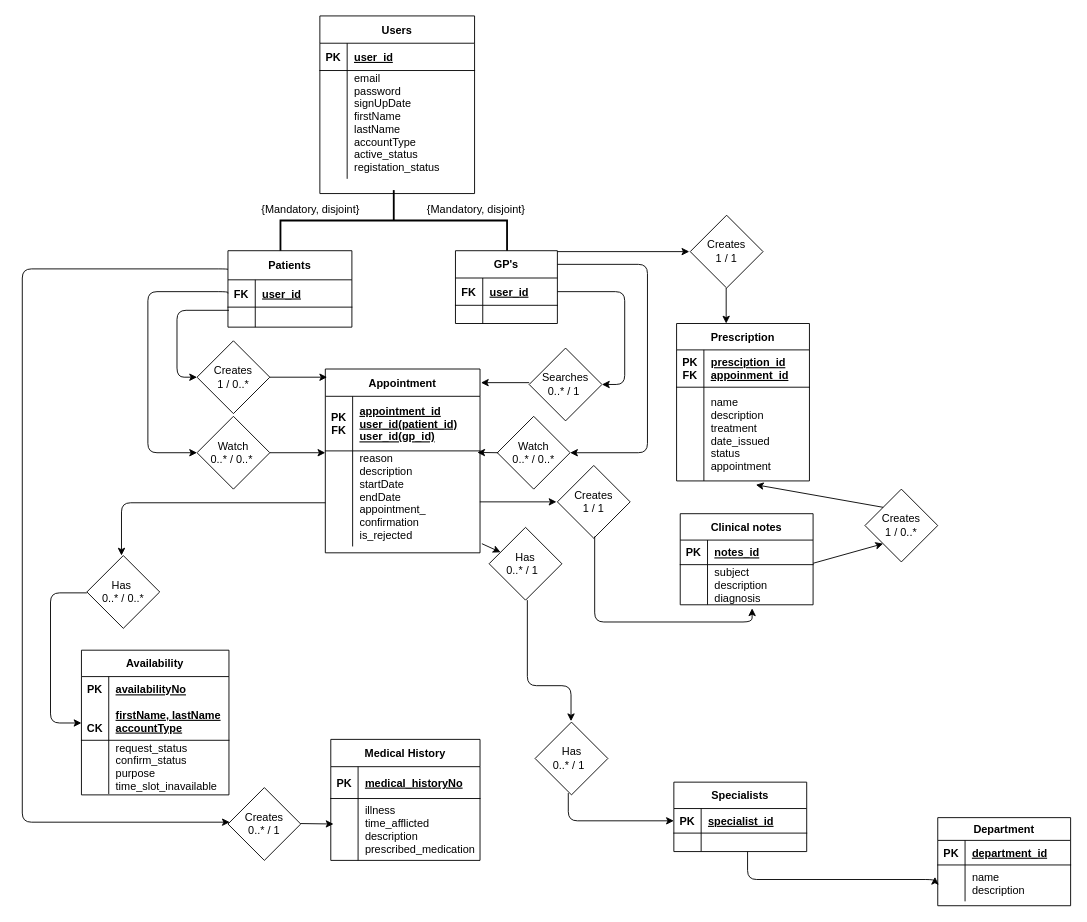
The draw.io diagram ehealthproject_ERD.drawio in shaundbs/programming-cw, before the edit. Source tidied: cells renumbered, new cells numbered last; positions are measured from the earlier drawing's top-left corner, leaving out a move shared by most shapes. Both pictures are drawn from the tidied source at 91%, with x=0, y=0 at pixel (22, 15).
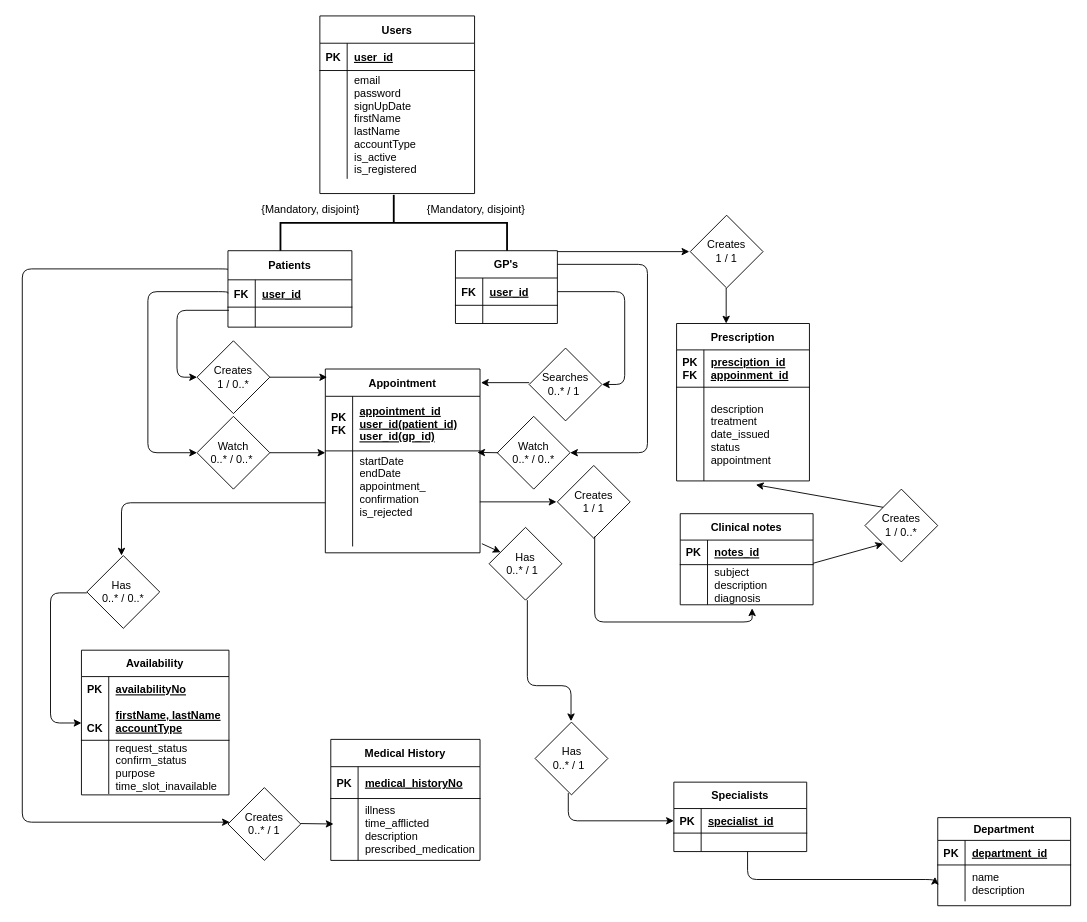
Above is the later version.

Commit message (it also covers changes not shown here):
adding tables to database

The change refers to these unchanged cells:
```xml
<mxCell id="15" style="shape=partialRectangle;fillColor=none;points=[[0,0.5],[1,0.5]];portConstraint=eastwest;top=0;left=0;right=0;bottom=0;" parent="11" vertex="1">
  <mxGeometry y="90" width="170" height="105" as="geometry" />
</mxCell>
<mxCell id="36" style="shape=partialRectangle;fillColor=none;top=0;left=0;right=0;bottom=0;" parent="32" vertex="1">
  <mxGeometry y="60" width="170" height="119" as="geometry" />
</mxCell>
<mxCell id="68" style="shape=partialRectangle;fillColor=none;top=0;left=0;bottom=0;right=0;points=[[0,0.5],[1,0.5]];portConstraint=eastwest;" parent="64" vertex="1">
  <mxGeometry y="70" width="146" height="103" as="geometry" />
</mxCell>
```

The edit, as a diff of the source:
```diff
@@
     <mxCell id="3" style="strokeWidth=2;html=1;shape=mxgraph.flowchart.annotation_2;align=left;labelPosition=right;rotation=90;" parent="1" vertex="1">
-      <mxGeometry x="374.8" y="100.3" width="66.8" height="249" as="geometry" />
+      <mxGeometry x="377.4" y="102.9" width="61.6" height="249" as="geometry" />
     </mxCell>
@@
-    <mxCell id="17" value="reason&#10;description&#10;startDate&#10;endDate&#10;appointment_&#10;confirmation&#10;is_rejected&#10;&#10;" style="shape=partialRectangle;overflow=hidden;fillColor=none;top=0;left=0;bottom=0;right=0;align=left;spacingLeft=6;" parent="15" vertex="1">
+    <mxCell id="17" value="startDate&#10;endDate&#10;appointment_&#10;confirmation&#10;is_rejected&#10;&#10;" style="shape=partialRectangle;overflow=hidden;fillColor=none;top=0;left=0;bottom=0;right=0;align=left;spacingLeft=6;" parent="15" vertex="1">
       <mxGeometry x="30" width="140" height="105" as="geometry" />
     </mxCell>
@@
-    <mxCell id="38" value="email&#10;password&#10;signUpDate&#10;firstName&#10;lastName&#10;accountType&#10;active_status&#10;registation_status&#10;" style="shape=partialRectangle;overflow=hidden;fillColor=none;top=0;left=0;bottom=0;right=0;align=left;spacingLeft=6;" parent="36" vertex="1">
+    <mxCell id="38" value="email&#10;password&#10;signUpDate&#10;firstName&#10;lastName&#10;accountType&#10;is_active&#10;is_registered" style="shape=partialRectangle;overflow=hidden;fillColor=none;top=0;left=0;bottom=0;right=0;align=left;spacingLeft=6;" parent="36" vertex="1">
       <mxGeometry x="30" width="140" height="119" as="geometry" />
     </mxCell>
@@
-    <mxCell id="70" value="name&#10;description&#10;treatment&#10;date_issued&#10;status&#10;appointment" style="shape=partialRectangle;fillColor=none;top=0;left=0;bottom=0;right=0;align=left;spacingLeft=6;overflow=hidden;" parent="68" vertex="1">
+    <mxCell id="70" value="description&#10;treatment&#10;date_issued&#10;status&#10;appointment" style="shape=partialRectangle;fillColor=none;top=0;left=0;bottom=0;right=0;align=left;spacingLeft=6;overflow=hidden;" parent="68" vertex="1">
       <mxGeometry x="30" width="116" height="103" as="geometry" />
     </mxCell>
```
